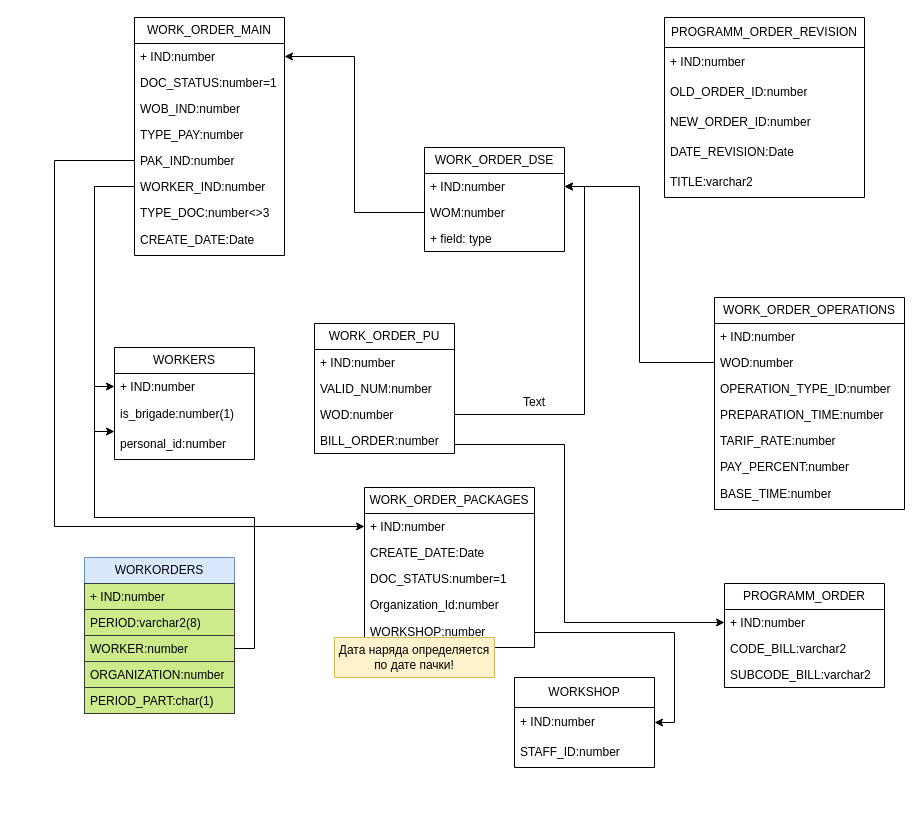
tkadm/- keeps this draw.io diagram as AMR_Наряды.drawio. Above is the earlier version. Source tidied: cells renumbered, new cells numbered last; positions are measured from the earlier drawing's top-left corner, leaving out a move shared by most shapes. Both pictures are drawn from the tidied source at 100%, with x=0, y=0 at pixel (54, 17).
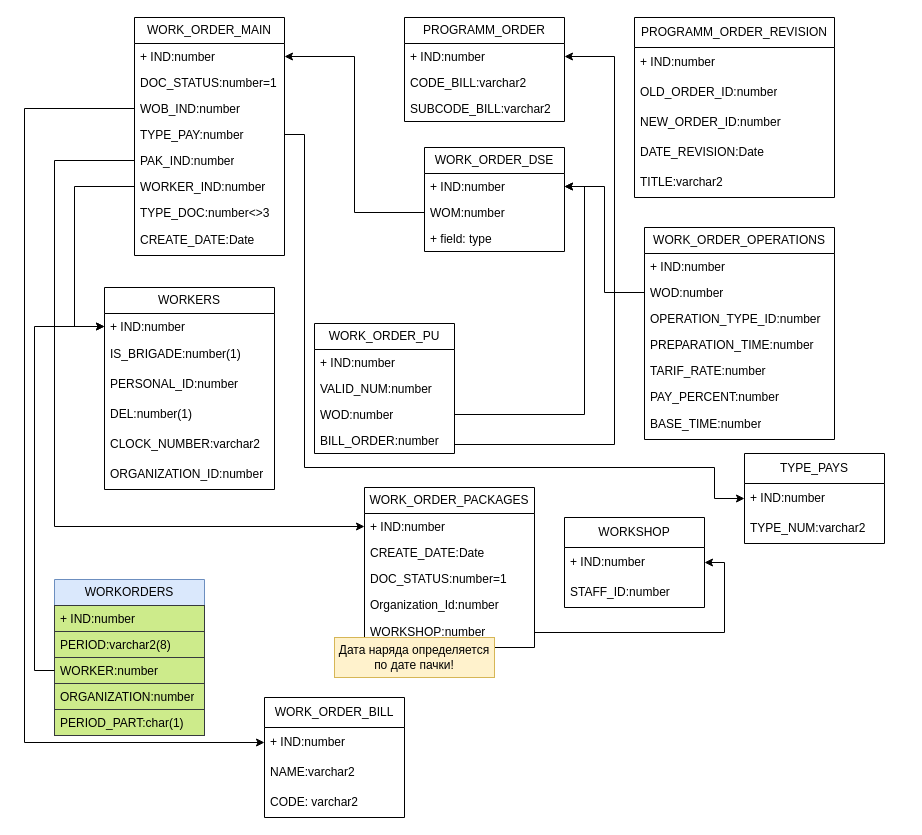
The same page after the edit.

The change refers to these unchanged cells:
```xml
<mxCell id="5" value="WOB_IND:number" style="text;strokeColor=none;fillColor=none;align=left;verticalAlign=top;spacingLeft=4;spacingRight=4;overflow=hidden;points=[[0,0.5],[1,0.5]];portConstraint=eastwest;whiteSpace=wrap;html=1;" parent="2" vertex="1">
  <mxGeometry y="78" width="150" height="26" as="geometry" />
</mxCell>
<mxCell id="6" value="TYPE_PAY:number" style="text;strokeColor=none;fillColor=none;align=left;verticalAlign=top;spacingLeft=4;spacingRight=4;overflow=hidden;points=[[0,0.5],[1,0.5]];portConstraint=eastwest;whiteSpace=wrap;html=1;" parent="2" vertex="1">
  <mxGeometry y="104" width="150" height="26" as="geometry" />
</mxCell>
<mxCell id="8" value="WORKER_IND:number" style="text;strokeColor=none;fillColor=none;align=left;verticalAlign=top;spacingLeft=4;spacingRight=4;overflow=hidden;points=[[0,0.5],[1,0.5]];portConstraint=eastwest;whiteSpace=wrap;html=1;" parent="2" vertex="1">
  <mxGeometry y="156" width="150" height="26" as="geometry" />
</mxCell>
<mxCell id="20" value="BILL_ORDER:number" style="text;strokeColor=none;fillColor=none;align=left;verticalAlign=top;spacingLeft=4;spacingRight=4;overflow=hidden;points=[[0,0.5],[1,0.5]];portConstraint=eastwest;whiteSpace=wrap;html=1;" parent="16" vertex="1">
  <mxGeometry y="104" width="140" height="26" as="geometry" />
</mxCell>
<mxCell id="40" value="WORKER:number" style="text;strokeColor=#36393d;fillColor=#cdeb8b;align=left;verticalAlign=top;spacingLeft=4;spacingRight=4;overflow=hidden;points=[[0,0.5],[1,0.5]];portConstraint=eastwest;whiteSpace=wrap;html=1;" parent="37" vertex="1">
  <mxGeometry y="78" width="150" height="26" as="geometry" />
</mxCell>
<mxCell id="50" value="+ IND:number" style="text;strokeColor=none;fillColor=none;align=left;verticalAlign=top;spacingLeft=4;spacingRight=4;overflow=hidden;points=[[0,0.5],[1,0.5]];portConstraint=eastwest;whiteSpace=wrap;html=1;" parent="49" vertex="1">
  <mxGeometry y="26" width="160" height="26" as="geometry" />
</mxCell>
```

Diff of the diagram source:
```diff
@@
     <mxCell id="22" value="WORK_ORDER_OPERATIONS" style="swimlane;fontStyle=0;horizontal=1;startSize=26;fillColor=none;whiteSpace=wrap;html=1;" parent="1" vertex="1">
-      <mxGeometry x="660" y="280" width="190" height="212" as="geometry" />
+      <mxGeometry x="590" y="210" width="190" height="212" as="geometry" />
     </mxCell>
@@
     <mxCell id="37" value="WORKORDERS" style="swimlane;fontStyle=0;horizontal=1;startSize=26;fillColor=#dae8fc;whiteSpace=wrap;html=1;strokeColor=#6c8ebf;" parent="1" vertex="1">
-      <mxGeometry x="30" y="540" width="150" height="156" as="geometry" />
+      <mxGeometry y="562" width="150" height="156" as="geometry" />
     </mxCell>
@@
     <mxCell id="43" value="WORKERS" style="swimlane;fontStyle=0;horizontal=1;startSize=26;fillColor=none;whiteSpace=wrap;html=1;" parent="1" vertex="1">
-      <mxGeometry x="60" y="330" width="140" height="112" as="geometry" />
+      <mxGeometry x="50" y="270" width="170" height="202" as="geometry" />
     </mxCell>
     <mxCell id="44" value="+ IND:number" style="text;strokeColor=none;fillColor=none;align=left;verticalAlign=top;spacingLeft=4;spacingRight=4;overflow=hidden;points=[[0,0.5],[1,0.5]];portConstraint=eastwest;whiteSpace=wrap;html=1;" parent="43" vertex="1">
-      <mxGeometry y="26" width="140" height="26" as="geometry" />
+      <mxGeometry y="26" width="170" height="26" as="geometry" />
     </mxCell>
-    <mxCell id="45" value="is_brigade:number(1)" style="text;strokeColor=none;fillColor=none;align=left;verticalAlign=middle;spacingLeft=4;spacingRight=4;overflow=hidden;whiteSpace=wrap;html=1;" parent="43" vertex="1">
-      <mxGeometry y="52" width="140" height="30" as="geometry" />
+    <mxCell id="45" value="IS_BRIGADE:number(1)" style="text;strokeColor=none;fillColor=none;align=left;verticalAlign=middle;spacingLeft=4;spacingRight=4;overflow=hidden;whiteSpace=wrap;html=1;" parent="43" vertex="1">
+      <mxGeometry y="52" width="170" height="30" as="geometry" />
     </mxCell>
-    <mxCell id="46" value="personal_id:number" style="text;strokeColor=none;fillColor=none;align=left;verticalAlign=middle;spacingLeft=4;spacingRight=4;overflow=hidden;whiteSpace=wrap;html=1;" parent="43" vertex="1">
-      <mxGeometry y="82" width="140" height="30" as="geometry" />
+    <mxCell id="46" value="PERSONAL_ID:number" style="text;strokeColor=none;fillColor=none;align=left;verticalAlign=middle;spacingLeft=4;spacingRight=4;overflow=hidden;whiteSpace=wrap;html=1;" parent="43" vertex="1">
+      <mxGeometry y="82" width="170" height="30" as="geometry" />
     </mxCell>
+    <mxCell id="67" value="DEL:number(1)" style="text;strokeColor=none;fillColor=none;align=left;verticalAlign=middle;spacingLeft=4;spacingRight=4;overflow=hidden;whiteSpace=wrap;html=1;" parent="43" vertex="1">
+      <mxGeometry y="112" width="170" height="30" as="geometry" />
+    </mxCell>
+    <mxCell id="68" value="CLOCK_NUMBER:varchar2" style="text;strokeColor=none;fillColor=none;align=left;verticalAlign=middle;spacingLeft=4;spacingRight=4;overflow=hidden;whiteSpace=wrap;html=1;" parent="43" vertex="1">
+      <mxGeometry y="142" width="170" height="30" as="geometry" />
+    </mxCell>
+    <mxCell id="69" value="ORGANIZATION_ID:number" style="text;strokeColor=none;fillColor=none;align=left;verticalAlign=middle;spacingLeft=4;spacingRight=4;overflow=hidden;whiteSpace=wrap;html=1;" parent="43" vertex="1">
+      <mxGeometry y="172" width="170" height="30" as="geometry" />
+    </mxCell>
-    <mxCell id="47" style="edgeStyle=orthogonalEdgeStyle;rounded=0;jettySize=auto;html=1;exitX=0;exitY=0.5;exitDx=0;exitDy=0;entryX=0;entryY=0.75;entryDx=0;entryDy=0;" parent="1" edge="1" source="8" target="43">
-      <mxGeometry relative="1" as="geometry" />
+    <mxCell id="47" style="edgeStyle=orthogonalEdgeStyle;rounded=0;jettySize=auto;html=1;exitX=0;exitY=0.5;exitDx=0;exitDy=0;entryX=0;entryY=0.5;entryDx=0;entryDy=0;" parent="1" edge="1" source="8" target="44">
+      <mxGeometry relative="1" as="geometry">
+        <Array as="points">
+          <mxPoint x="20" y="169" />
+          <mxPoint x="20" y="309" />
+        </Array>
+      </mxGeometry>
     </mxCell>
-    <mxCell id="48" style="edgeStyle=orthogonalEdgeStyle;rounded=0;jettySize=auto;html=1;exitX=1;exitY=0.5;exitDx=0;exitDy=0;entryX=0;entryY=0.5;entryDx=0;entryDy=0;" parent="1" edge="1" source="40" target="44">
+    <mxCell id="48" style="edgeStyle=orthogonalEdgeStyle;rounded=0;jettySize=auto;html=1;exitX=0;exitY=0.5;exitDx=0;exitDy=0;entryX=0;entryY=0.5;entryDx=0;entryDy=0;" parent="1" edge="1" source="40" target="44">
       <mxGeometry relative="1" as="geometry" />
     </mxCell>
     <mxCell id="49" value="PROGRAMM_ORDER" style="swimlane;fontStyle=0;horizontal=1;startSize=26;fillColor=none;whiteSpace=wrap;html=1;" parent="1" vertex="1">
-      <mxGeometry x="670" y="566" width="160" height="104" as="geometry" />
+      <mxGeometry x="350" width="160" height="104" as="geometry" />
     </mxCell>
@@
-    <mxCell id="53" style="edgeStyle=orthogonalEdgeStyle;rounded=0;jettySize=auto;html=1;exitX=1;exitY=0.5;exitDx=0;exitDy=0;entryX=0;entryY=0.5;entryDx=0;entryDy=0;" parent="1" edge="1" source="20" target="50">
+    <mxCell id="53" style="edgeStyle=orthogonalEdgeStyle;rounded=0;jettySize=auto;html=1;exitX=1;exitY=0.5;exitDx=0;exitDy=0;entryX=1;entryY=0.5;entryDx=0;entryDy=0;" parent="1" edge="1" source="20" target="50">
       <mxGeometry relative="1" as="geometry">
         <Array as="points">
-          <mxPoint x="510" y="427" />
-          <mxPoint x="510" y="605" />
+          <mxPoint x="400" y="427" />
+          <mxPoint x="560" y="427" />
+          <mxPoint x="560" y="39" />
         </Array>
       </mxGeometry>
     </mxCell>
@@
     <mxCell id="55" value="WORKSHOP" style="swimlane;fontStyle=0;horizontal=1;startSize=30;whiteSpace=wrap;html=1;" parent="1" vertex="1">
-      <mxGeometry x="460" y="660" width="140" height="90" as="geometry" />
+      <mxGeometry x="510" y="500" width="140" height="90" as="geometry" />
     </mxCell>
@@
-    <mxCell id="58" value="Text" style="text;html=1;strokeColor=none;fillColor=none;align=center;verticalAlign=middle;whiteSpace=wrap;rounded=0;" parent="1" vertex="1">
-      <mxGeometry x="450" y="370" width="60" height="30" as="geometry" />
-    </mxCell>
@@
     <mxCell id="60" value="PROGRAMM_ORDER_REVISION" style="swimlane;fontStyle=0;horizontal=1;startSize=30;whiteSpace=wrap;html=1;" parent="1" vertex="1">
-      <mxGeometry x="610" width="200" height="180" as="geometry" />
+      <mxGeometry x="580" width="200" height="180" as="geometry" />
     </mxCell>
@@
+    <mxCell id="70" value="TYPE_PAYS" style="swimlane;fontStyle=0;horizontal=1;startSize=30;whiteSpace=wrap;html=1;" parent="1" vertex="1">
+      <mxGeometry x="690" y="436" width="140" height="90" as="geometry" />
+    </mxCell>
+    <mxCell id="71" value="+ IND:number" style="text;strokeColor=none;fillColor=none;align=left;verticalAlign=middle;spacingLeft=4;spacingRight=4;overflow=hidden;points=[[0,0.5],[1,0.5]];portConstraint=eastwest;whiteSpace=wrap;html=1;" parent="70" vertex="1">
+      <mxGeometry y="30" width="140" height="30" as="geometry" />
+    </mxCell>
+    <mxCell id="72" value="TYPE_NUM:varchar2" style="text;strokeColor=none;fillColor=none;align=left;verticalAlign=middle;spacingLeft=4;spacingRight=4;overflow=hidden;whiteSpace=wrap;html=1;" parent="70" vertex="1">
+      <mxGeometry y="60" width="140" height="30" as="geometry" />
+    </mxCell>
+    <mxCell id="73" style="edgeStyle=orthogonalEdgeStyle;rounded=0;jettySize=auto;html=1;exitX=1;exitY=0.5;exitDx=0;exitDy=0;entryX=0;entryY=0.5;entryDx=0;entryDy=0;" parent="1" edge="1" source="6" target="71">
+      <mxGeometry relative="1" as="geometry">
+        <Array as="points">
+          <mxPoint x="250" y="117" />
+          <mxPoint x="250" y="450" />
+          <mxPoint x="660" y="450" />
+          <mxPoint x="660" y="481" />
+        </Array>
+      </mxGeometry>
+    </mxCell>
+    <mxCell id="74" value="WORK_ORDER_BILL" style="swimlane;fontStyle=0;horizontal=1;startSize=30;whiteSpace=wrap;html=1;" parent="1" vertex="1">
+      <mxGeometry x="210" y="680" width="140" height="120" as="geometry" />
+    </mxCell>
+    <mxCell id="75" value="+ IND:number" style="text;strokeColor=none;fillColor=none;align=left;verticalAlign=middle;spacingLeft=4;spacingRight=4;overflow=hidden;points=[[0,0.5],[1,0.5]];portConstraint=eastwest;whiteSpace=wrap;html=1;" parent="74" vertex="1">
+      <mxGeometry y="30" width="140" height="30" as="geometry" />
+    </mxCell>
+    <mxCell id="76" value="NAME:varchar2" style="text;strokeColor=none;fillColor=none;align=left;verticalAlign=middle;spacingLeft=4;spacingRight=4;overflow=hidden;whiteSpace=wrap;html=1;" parent="74" vertex="1">
+      <mxGeometry y="60" width="140" height="30" as="geometry" />
+    </mxCell>
+    <mxCell id="77" value="CODE: varchar2" style="text;strokeColor=none;fillColor=none;align=left;verticalAlign=middle;spacingLeft=4;spacingRight=4;overflow=hidden;whiteSpace=wrap;html=1;" parent="74" vertex="1">
+      <mxGeometry y="90" width="140" height="30" as="geometry" />
+    </mxCell>
+    <mxCell id="78" style="edgeStyle=orthogonalEdgeStyle;rounded=0;jettySize=auto;html=1;exitX=0;exitY=0.5;exitDx=0;exitDy=0;entryX=0;entryY=0.5;entryDx=0;entryDy=0;" parent="1" edge="1" source="5" target="75">
+      <mxGeometry relative="1" as="geometry">
+        <Array as="points">
+          <mxPoint x="-30" y="91" />
+          <mxPoint x="-30" y="725" />
+        </Array>
+      </mxGeometry>
+    </mxCell>
```
